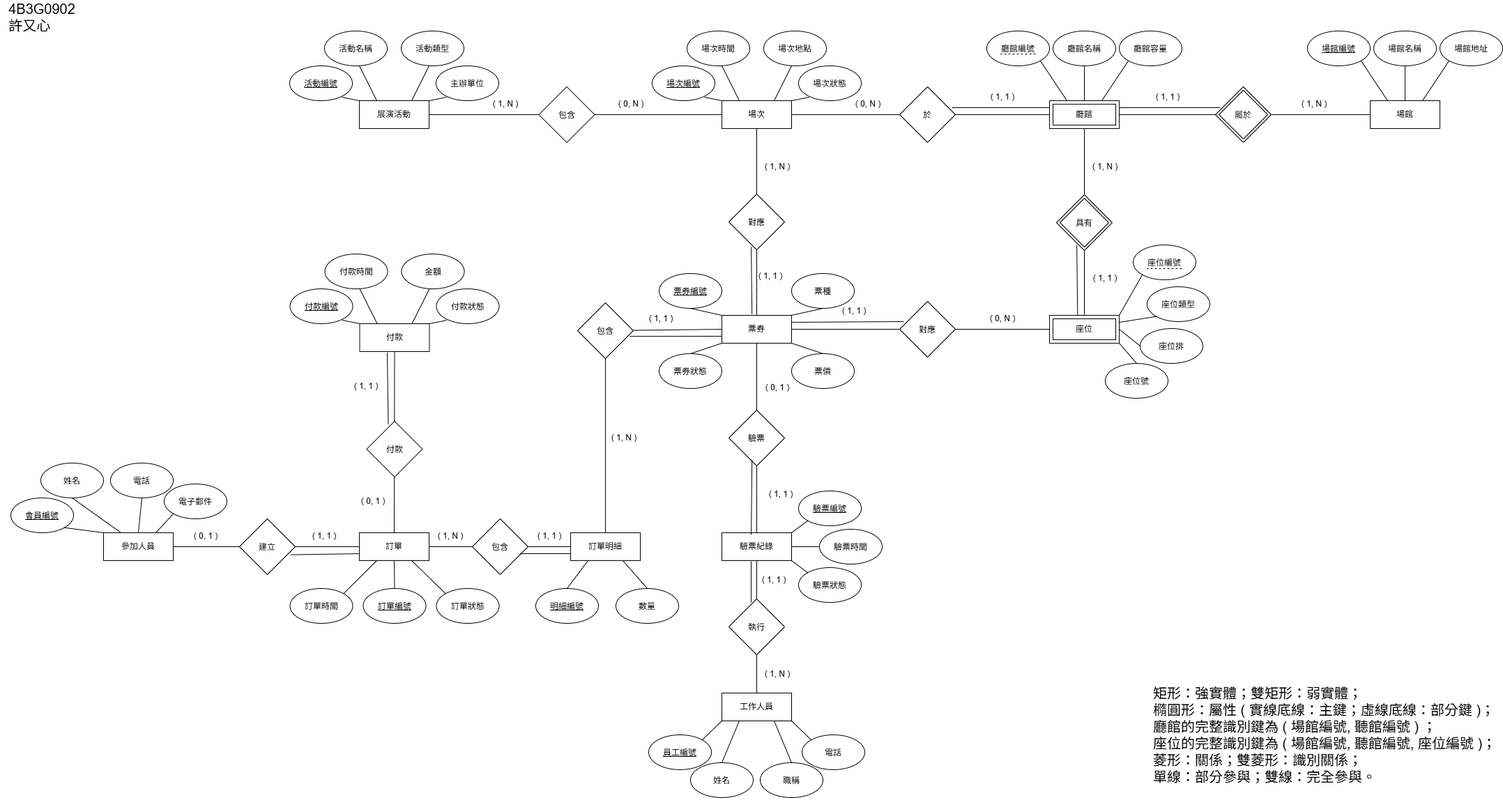
This is 4B3G0902_展演活動售票與入場管理系統.drawio.png from xuyouxin-creator/DatabaseSystem, a draw.io export, as it was before one commit. Source tidied: cells renumbered, new cells last; positions are measured from the earlier drawing's top-left corner, leaving out a move shared by most shapes.
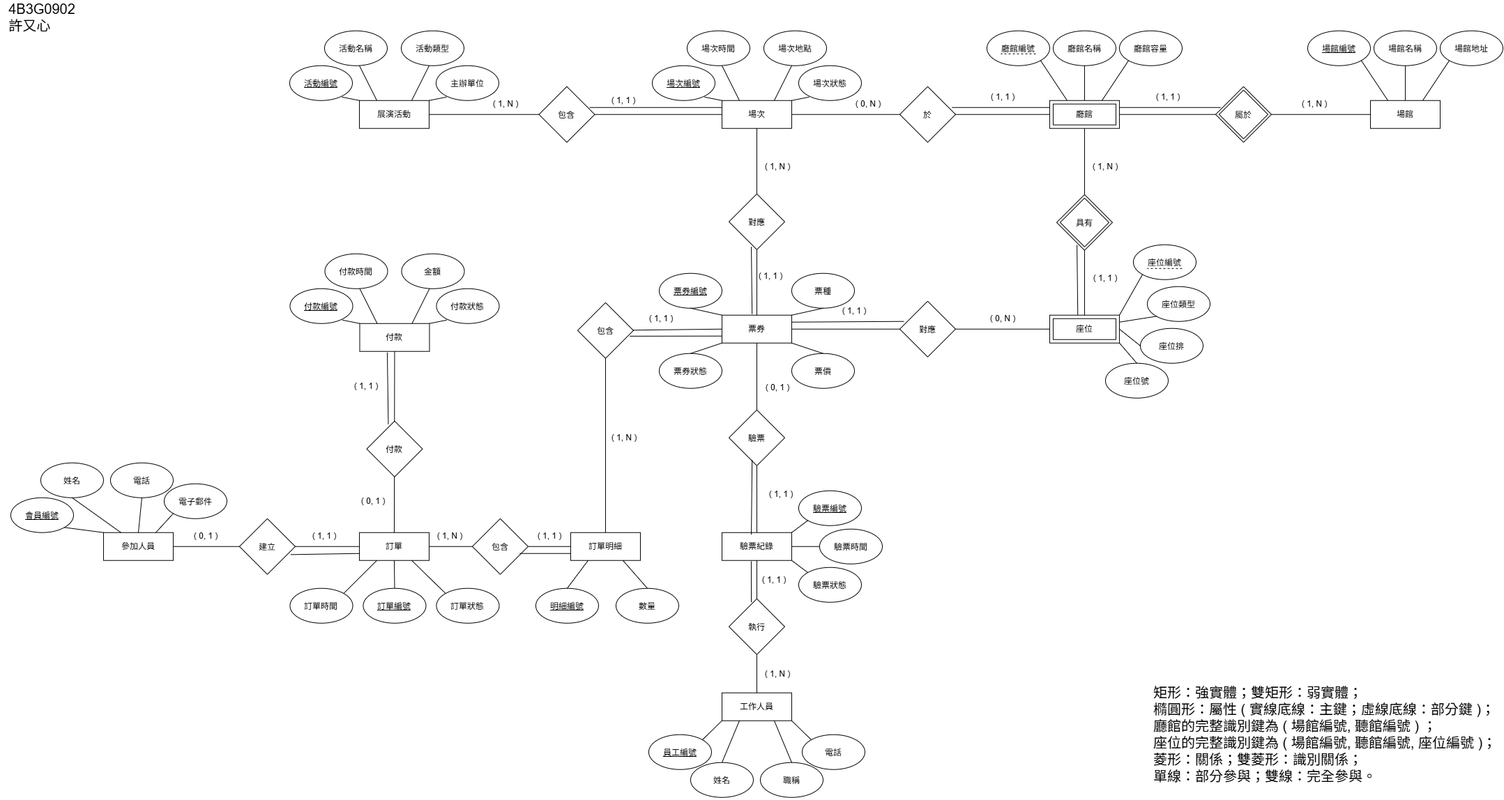
After the commit.

Commit message:
展演活動---包含----場次

The edit, as a diff of the source:
```diff
@@ -341,8 +341,8 @@
     <mxCell id="104" value="包含" style="rhombus;whiteSpace=wrap;html=1;shapeInside=1;" parent="1" vertex="1">
       <mxGeometry x="772.5" y="120" width="80" height="80" as="geometry" />
     </mxCell>
-    <mxCell id="105" value="( 0, N )" style="text;html=1;whiteSpace=wrap;strokeColor=none;fillColor=none;align=center;verticalAlign=middle;rounded=0;" parent="1" vertex="1">
-      <mxGeometry x="875" y="130" width="60" height="30" as="geometry" />
+    <mxCell id="105" value="( 1, 1 )" style="text;html=1;whiteSpace=wrap;strokeColor=none;fillColor=none;align=center;verticalAlign=middle;rounded=0;" parent="1" vertex="1">
+      <mxGeometry x="864" y="125" width="60" height="30" as="geometry" />
     </mxCell>
     <mxCell id="106" value="( 1, N )" style="text;html=1;whiteSpace=wrap;strokeColor=none;fillColor=none;align=center;verticalAlign=middle;rounded=0;" parent="1" vertex="1">
       <mxGeometry x="695" y="130" width="60" height="30" as="geometry" />
@@ -551,5 +551,10 @@
     <mxCell id="171" value="&lt;div style=&quot;text-align: justify;&quot;&gt;&lt;span style=&quot;font-size: 20px; background-color: transparent; color: light-dark(rgb(0, 0, 0), rgb(255, 255, 255));&quot;&gt;4B3G0902&lt;/span&gt;&lt;/div&gt;&lt;div style=&quot;text-align: justify;&quot;&gt;&lt;font style=&quot;font-size: 20px;&quot;&gt;許又心&lt;/font&gt;&lt;/div&gt;" style="text;html=1;whiteSpace=wrap;strokeColor=none;fillColor=none;align=center;verticalAlign=middle;rounded=0;" parent="1" vertex="1">
       <mxGeometry width="120" height="40" as="geometry" />
     </mxCell>
+    <mxCell id="172" style="endArrow=none;html=1;rounded=0;entryX=0;entryY=0.25;entryDx=0;entryDy=0;exitX=0.938;exitY=0.375;exitDx=0;exitDy=0;exitPerimeter=0;" parent="1" edge="1" target="11">
+      <mxGeometry relative="1" as="geometry">
+        <mxPoint x="845" y="150" as="sourcePoint" />
+      </mxGeometry>
+    </mxCell>
   </root>
 </mxGraphModel>
```
